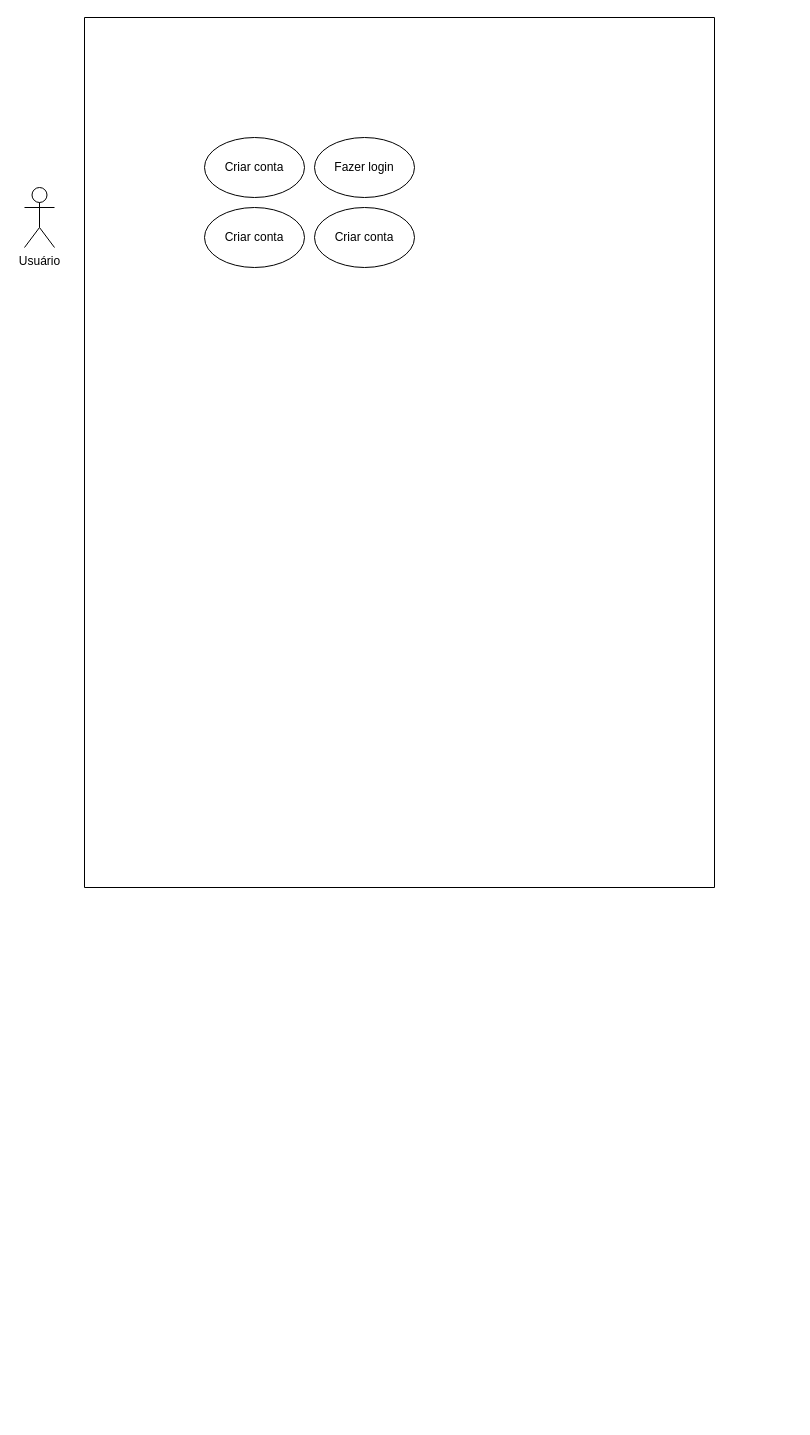
This is Diagrama de casos de uso (Projeto Integrador).drawio from IsqDantas/diagramas-projeto-integrador, a draw.io file, before an edit. Source tidied: cells renumbered, new cells numbered last; positions are measured from the earlier drawing's top-left corner, leaving out a move shared by most shapes. Both pictures are drawn from the tidied source at 100%, with x=0, y=0 at pixel (24, 17).
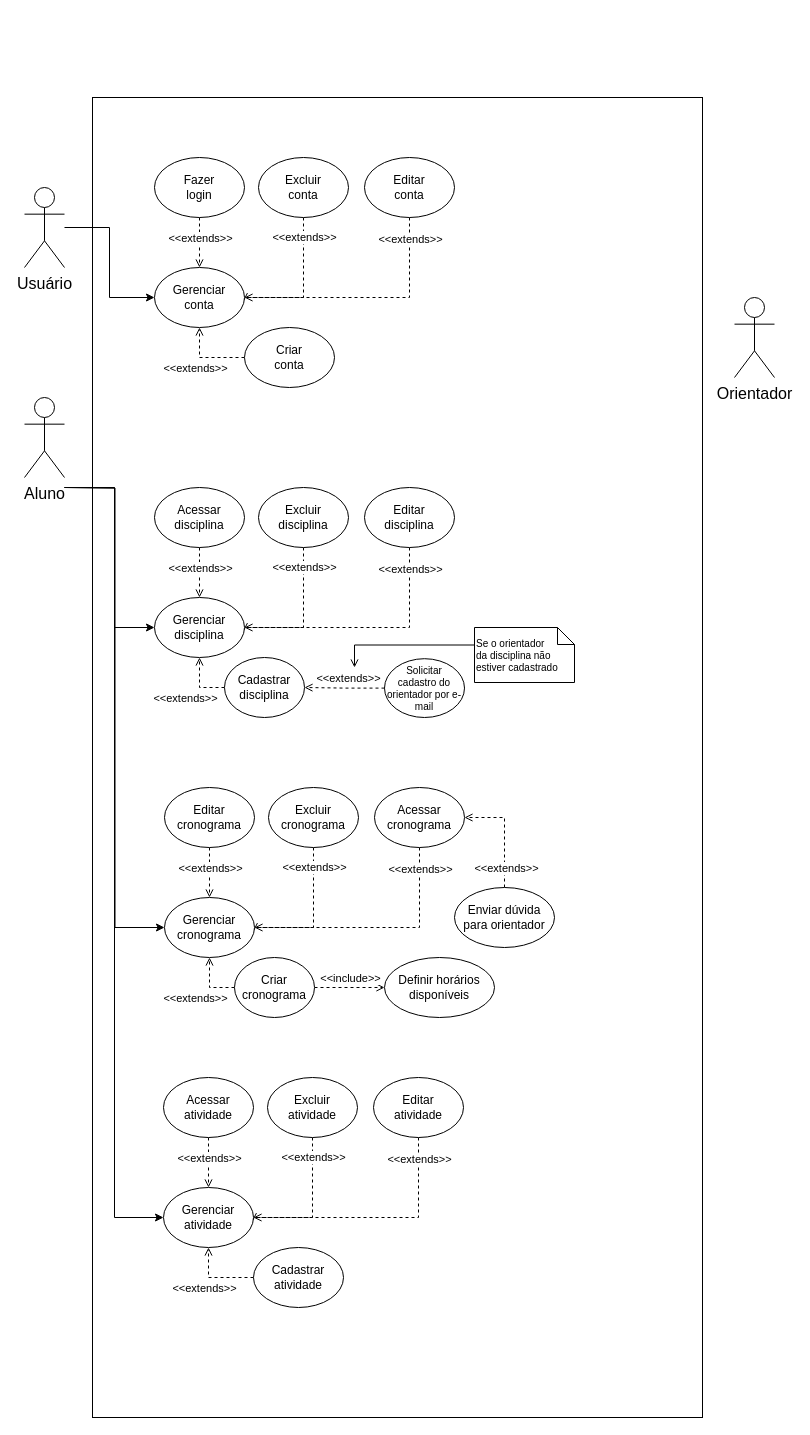
Above is the later version.

Commit message:
Adição de "cronograma" e "atividade"

Diff of the diagram source:
```diff
@@
+    <mxCell id="8" style="rounded=0;whiteSpace=wrap;html=1;fillColor=none;" parent="1" vertex="1">
+      <mxGeometry x="68" y="80" width="610" height="1320" as="geometry" />
+    </mxCell>
+    <mxCell id="9" style="edgeStyle=orthogonalEdgeStyle;rounded=0;jettySize=auto;html=1;entryX=0;entryY=0.5;entryDx=0;entryDy=0;" parent="1" edge="1" source="2" target="18">
+      <mxGeometry relative="1" as="geometry" />
+    </mxCell>
-    <mxCell id="2" value="Usuário" style="shape=umlActor;verticalLabelPosition=bottom;verticalAlign=top;html=1;outlineConnect=0;strokeWidth=1;" parent="1" vertex="1">
-      <mxGeometry y="170" width="30" height="60" as="geometry" />
+    <mxCell id="2" value="&lt;font style=&quot;font-size: 16px;&quot;&gt;Usuário&lt;/font&gt;" style="shape=umlActor;verticalLabelPosition=bottom;verticalAlign=top;html=1;outlineConnect=0;strokeWidth=1;" parent="1" vertex="1">
+      <mxGeometry y="170" width="40" height="80" as="geometry" />
     </mxCell>
-    <mxCell id="3" style="swimlane;startSize=0;" parent="1" vertex="1">
-      <mxGeometry x="60" width="630" height="870" as="geometry" />
-    </mxCell>
+    <mxCell id="10" style="edgeStyle=orthogonalEdgeStyle;rounded=0;jettySize=auto;html=1;entryX=0.5;entryY=1;entryDx=0;entryDy=0;endArrow=open;endFill=0;dashed=1;exitX=0;exitY=0.5;exitDx=0;exitDy=0;" parent="1" edge="1" source="4" target="18">
+      <mxGeometry relative="1" as="geometry" />
+    </mxCell>
+    <mxCell id="11" value="&amp;lt;&amp;lt;extends&amp;gt;&amp;gt;" style="edgeLabel;html=1;align=center;verticalAlign=middle;" parent="10" vertex="1">
+      <mxGeometry x="-0.18" y="-1" relative="1" as="geometry">
+        <mxPoint x="-19" y="11" as="offset" />
+      </mxGeometry>
+    </mxCell>
-    <mxCell id="4" value="Criar conta" style="ellipse;whiteSpace=wrap;html=1;" parent="3" vertex="1">
-      <mxGeometry x="120" y="120" width="100" height="60" as="geometry" />
+    <mxCell id="4" value="&lt;div&gt;Criar&lt;/div&gt;&lt;div&gt;conta&lt;/div&gt;" style="ellipse;whiteSpace=wrap;html=1;" parent="1" vertex="1">
+      <mxGeometry x="220" y="310" width="90" height="60" as="geometry" />
     </mxCell>
+    <mxCell id="12" style="edgeStyle=orthogonalEdgeStyle;rounded=0;jettySize=auto;html=1;entryX=1;entryY=0.5;entryDx=0;entryDy=0;exitX=0.5;exitY=1;exitDx=0;exitDy=0;endArrow=open;endFill=0;dashed=1;jumpStyle=line;" parent="1" edge="1" source="5" target="18">
+      <mxGeometry relative="1" as="geometry">
+        <Array as="points">
+          <mxPoint x="279" y="280" />
+        </Array>
+      </mxGeometry>
+    </mxCell>
+    <mxCell id="13" value="&amp;lt;&amp;lt;extends&amp;gt;&amp;gt;" style="edgeLabel;html=1;align=center;verticalAlign=middle;" parent="12" vertex="1">
+      <mxGeometry x="-0.52" relative="1" as="geometry">
+        <mxPoint y="-14" as="offset" />
+      </mxGeometry>
+    </mxCell>
-    <mxCell id="5" value="Criar conta" style="ellipse;whiteSpace=wrap;html=1;" parent="3" vertex="1">
-      <mxGeometry x="230" y="190" width="100" height="60" as="geometry" />
+    <mxCell id="5" value="&lt;div&gt;Excluir&lt;/div&gt;&lt;div&gt;conta&lt;/div&gt;" style="ellipse;whiteSpace=wrap;html=1;" parent="1" vertex="1">
+      <mxGeometry x="234" y="140" width="90" height="60" as="geometry" />
     </mxCell>
+    <mxCell id="14" style="edgeStyle=orthogonalEdgeStyle;rounded=0;jettySize=auto;html=1;entryX=0.993;entryY=0.561;entryDx=0;entryDy=0;entryPerimeter=0;endArrow=open;endFill=0;dashed=1;" parent="1" edge="1" source="6" target="18">
+      <mxGeometry relative="1" as="geometry">
+        <Array as="points">
+          <mxPoint x="385" y="280" />
+          <mxPoint x="219" y="280" />
+        </Array>
+      </mxGeometry>
+    </mxCell>
+    <mxCell id="15" value="&amp;lt;&amp;lt;extends&amp;gt;&amp;gt;" style="edgeLabel;html=1;align=center;verticalAlign=middle;" parent="14" vertex="1">
+      <mxGeometry x="-0.72" relative="1" as="geometry">
+        <mxPoint y="-14" as="offset" />
+      </mxGeometry>
+    </mxCell>
-    <mxCell id="6" value="Criar conta" style="ellipse;whiteSpace=wrap;html=1;" parent="3" vertex="1">
-      <mxGeometry x="120" y="190" width="100" height="60" as="geometry" />
+    <mxCell id="6" value="&lt;div&gt;Editar&lt;/div&gt;&lt;div&gt;conta&lt;/div&gt;" style="ellipse;whiteSpace=wrap;html=1;" parent="1" vertex="1">
+      <mxGeometry x="340" y="140" width="90" height="60" as="geometry" />
     </mxCell>
+    <mxCell id="16" style="edgeStyle=orthogonalEdgeStyle;rounded=0;jettySize=auto;html=1;dashed=1;endArrow=open;endFill=0;" parent="1" edge="1" source="7" target="18">
+      <mxGeometry relative="1" as="geometry" />
+    </mxCell>
+    <mxCell id="17" value="&amp;lt;&amp;lt;extends&amp;gt;&amp;gt;" style="edgeLabel;html=1;align=center;verticalAlign=middle;" parent="16" vertex="1">
+      <mxGeometry x="-0.37" y="1" relative="1" as="geometry">
+        <mxPoint x="-1" y="4" as="offset" />
+      </mxGeometry>
+    </mxCell>
-    <mxCell id="7" value="Fazer login" style="ellipse;whiteSpace=wrap;html=1;" parent="3" vertex="1">
-      <mxGeometry x="230" y="120" width="100" height="60" as="geometry" />
+    <mxCell id="7" value="&lt;div&gt;Fazer&lt;/div&gt;&lt;div&gt;login&lt;/div&gt;" style="ellipse;whiteSpace=wrap;html=1;" parent="1" vertex="1">
+      <mxGeometry x="130" y="140" width="90" height="60" as="geometry" />
     </mxCell>
+    <mxCell id="18" value="&lt;div&gt;Gerenciar&lt;/div&gt;&lt;div&gt;conta&lt;/div&gt;" style="ellipse;whiteSpace=wrap;html=1;" parent="1" vertex="1">
+      <mxGeometry x="130" y="250" width="90" height="60" as="geometry" />
+    </mxCell>
+    <mxCell id="19" style="edgeStyle=orthogonalEdgeStyle;rounded=0;jettySize=auto;html=1;entryX=0.5;entryY=1;entryDx=0;entryDy=0;endArrow=open;endFill=0;dashed=1;" parent="1" edge="1" source="21" target="31">
+      <mxGeometry relative="1" as="geometry">
+        <Array as="points">
+          <mxPoint x="175" y="670" />
+        </Array>
+      </mxGeometry>
+    </mxCell>
+    <mxCell id="20" value="&amp;lt;&amp;lt;extends&amp;gt;&amp;gt;" style="edgeLabel;html=1;align=center;verticalAlign=middle;" parent="19" vertex="1">
+      <mxGeometry x="-0.18" y="-1" relative="1" as="geometry">
+        <mxPoint x="-17" y="11" as="offset" />
+      </mxGeometry>
+    </mxCell>
+    <mxCell id="21" value="&lt;div&gt;Cadastrar&lt;/div&gt;&lt;div&gt;disciplina&lt;/div&gt;" style="ellipse;whiteSpace=wrap;html=1;" parent="1" vertex="1">
+      <mxGeometry x="200" y="640" width="80" height="60" as="geometry" />
+    </mxCell>
+    <mxCell id="22" style="edgeStyle=orthogonalEdgeStyle;rounded=0;jettySize=auto;html=1;entryX=1;entryY=0.5;entryDx=0;entryDy=0;exitX=0.5;exitY=1;exitDx=0;exitDy=0;endArrow=open;endFill=0;dashed=1;jumpStyle=line;" parent="1" edge="1" source="24" target="31">
+      <mxGeometry relative="1" as="geometry">
+        <Array as="points">
+          <mxPoint x="279" y="610" />
+        </Array>
+      </mxGeometry>
+    </mxCell>
+    <mxCell id="23" value="&amp;lt;&amp;lt;extends&amp;gt;&amp;gt;" style="edgeLabel;html=1;align=center;verticalAlign=middle;" parent="22" vertex="1">
+      <mxGeometry x="-0.52" relative="1" as="geometry">
+        <mxPoint y="-14" as="offset" />
+      </mxGeometry>
+    </mxCell>
+    <mxCell id="24" value="&lt;div&gt;Excluir&lt;/div&gt;&lt;div&gt;disciplina&lt;/div&gt;" style="ellipse;whiteSpace=wrap;html=1;" parent="1" vertex="1">
+      <mxGeometry x="234" y="470" width="90" height="60" as="geometry" />
+    </mxCell>
+    <mxCell id="25" style="edgeStyle=orthogonalEdgeStyle;rounded=0;jettySize=auto;html=1;entryX=0.993;entryY=0.561;entryDx=0;entryDy=0;entryPerimeter=0;endArrow=open;endFill=0;dashed=1;" parent="1" edge="1" source="27" target="31">
+      <mxGeometry relative="1" as="geometry">
+        <Array as="points">
+          <mxPoint x="385" y="610" />
+          <mxPoint x="219" y="610" />
+        </Array>
+      </mxGeometry>
+    </mxCell>
+    <mxCell id="26" value="&amp;lt;&amp;lt;extends&amp;gt;&amp;gt;" style="edgeLabel;html=1;align=center;verticalAlign=middle;" parent="25" vertex="1">
+      <mxGeometry x="-0.72" relative="1" as="geometry">
+        <mxPoint y="-14" as="offset" />
+      </mxGeometry>
+    </mxCell>
+    <mxCell id="27" value="&lt;div&gt;Editar&lt;/div&gt;&lt;div&gt;disciplina&lt;/div&gt;" style="ellipse;whiteSpace=wrap;html=1;" parent="1" vertex="1">
+      <mxGeometry x="340" y="470" width="90" height="60" as="geometry" />
+    </mxCell>
+    <mxCell id="28" style="edgeStyle=orthogonalEdgeStyle;rounded=0;jettySize=auto;html=1;dashed=1;endArrow=open;endFill=0;" parent="1" edge="1" source="30" target="31">
+      <mxGeometry relative="1" as="geometry" />
+    </mxCell>
+    <mxCell id="29" value="&amp;lt;&amp;lt;extends&amp;gt;&amp;gt;" style="edgeLabel;html=1;align=center;verticalAlign=middle;" parent="28" vertex="1">
+      <mxGeometry x="-0.37" y="1" relative="1" as="geometry">
+        <mxPoint x="-1" y="4" as="offset" />
+      </mxGeometry>
+    </mxCell>
+    <mxCell id="30" value="Acessar disciplina" style="ellipse;whiteSpace=wrap;html=1;" parent="1" vertex="1">
+      <mxGeometry x="130" y="470" width="90" height="60" as="geometry" />
+    </mxCell>
+    <mxCell id="31" value="&lt;div&gt;Gerenciar&lt;/div&gt;&lt;div&gt;disciplina&lt;/div&gt;" style="ellipse;whiteSpace=wrap;html=1;" parent="1" vertex="1">
+      <mxGeometry x="130" y="580" width="90" height="60" as="geometry" />
+    </mxCell>
+    <mxCell id="32" style="edgeStyle=orthogonalEdgeStyle;rounded=0;jettySize=auto;html=1;entryX=0.5;entryY=1;entryDx=0;entryDy=0;endArrow=open;endFill=0;dashed=1;exitX=0;exitY=0.5;exitDx=0;exitDy=0;" parent="1" edge="1" source="36" target="46">
+      <mxGeometry relative="1" as="geometry" />
+    </mxCell>
+    <mxCell id="33" value="&amp;lt;&amp;lt;extends&amp;gt;&amp;gt;" style="edgeLabel;html=1;align=center;verticalAlign=middle;" parent="32" vertex="1">
+      <mxGeometry x="-0.18" y="-1" relative="1" as="geometry">
+        <mxPoint x="-17" y="11" as="offset" />
+      </mxGeometry>
+    </mxCell>
+    <mxCell id="34" style="edgeStyle=orthogonalEdgeStyle;rounded=0;jettySize=auto;html=1;dashed=1;endArrow=open;endFill=0;" parent="1" edge="1" source="36" target="55">
+      <mxGeometry relative="1" as="geometry" />
+    </mxCell>
+    <mxCell id="35" value="&lt;div&gt;&amp;lt;&amp;lt;include&amp;gt;&amp;gt;&lt;/div&gt;" style="edgeLabel;html=1;align=center;verticalAlign=middle;" parent="34" vertex="1">
+      <mxGeometry x="0.7" y="-1" relative="1" as="geometry">
+        <mxPoint x="-25" y="-11" as="offset" />
+      </mxGeometry>
+    </mxCell>
+    <mxCell id="36" value="&lt;div&gt;Criar&lt;/div&gt;&lt;div&gt;cronograma&lt;/div&gt;" style="ellipse;whiteSpace=wrap;html=1;" parent="1" vertex="1">
+      <mxGeometry x="210" y="940" width="80" height="60" as="geometry" />
+    </mxCell>
+    <mxCell id="37" style="edgeStyle=orthogonalEdgeStyle;rounded=0;jettySize=auto;html=1;entryX=1;entryY=0.5;entryDx=0;entryDy=0;exitX=0.5;exitY=1;exitDx=0;exitDy=0;endArrow=open;endFill=0;dashed=1;jumpStyle=line;" parent="1" edge="1" source="39" target="46">
+      <mxGeometry relative="1" as="geometry">
+        <Array as="points">
+          <mxPoint x="289" y="910" />
+        </Array>
+      </mxGeometry>
+    </mxCell>
+    <mxCell id="38" value="&amp;lt;&amp;lt;extends&amp;gt;&amp;gt;" style="edgeLabel;html=1;align=center;verticalAlign=middle;" parent="37" vertex="1">
+      <mxGeometry x="-0.52" relative="1" as="geometry">
+        <mxPoint y="-14" as="offset" />
+      </mxGeometry>
+    </mxCell>
+    <mxCell id="39" value="&lt;div&gt;Excluir&lt;/div&gt;&lt;div&gt;cronograma&lt;/div&gt;" style="ellipse;whiteSpace=wrap;html=1;" parent="1" vertex="1">
+      <mxGeometry x="244" y="770" width="90" height="60" as="geometry" />
+    </mxCell>
+    <mxCell id="40" style="edgeStyle=orthogonalEdgeStyle;rounded=0;jettySize=auto;html=1;entryX=0.993;entryY=0.561;entryDx=0;entryDy=0;entryPerimeter=0;endArrow=open;endFill=0;dashed=1;" parent="1" edge="1" source="42" target="46">
+      <mxGeometry relative="1" as="geometry">
+        <Array as="points">
+          <mxPoint x="395" y="910" />
+          <mxPoint x="229" y="910" />
+        </Array>
+      </mxGeometry>
+    </mxCell>
+    <mxCell id="41" value="&amp;lt;&amp;lt;extends&amp;gt;&amp;gt;" style="edgeLabel;html=1;align=center;verticalAlign=middle;" parent="40" vertex="1">
+      <mxGeometry x="-0.72" relative="1" as="geometry">
+        <mxPoint y="-14" as="offset" />
+      </mxGeometry>
+    </mxCell>
+    <mxCell id="42" value="&lt;div&gt;Acessar&lt;/div&gt;&lt;div&gt;cronograma&lt;/div&gt;" style="ellipse;whiteSpace=wrap;html=1;" parent="1" vertex="1">
+      <mxGeometry x="350" y="770" width="90" height="60" as="geometry" />
+    </mxCell>
+    <mxCell id="43" style="edgeStyle=orthogonalEdgeStyle;rounded=0;jettySize=auto;html=1;dashed=1;endArrow=open;endFill=0;" parent="1" edge="1" source="45" target="46">
+      <mxGeometry relative="1" as="geometry" />
+    </mxCell>
+    <mxCell id="44" value="&amp;lt;&amp;lt;extends&amp;gt;&amp;gt;" style="edgeLabel;html=1;align=center;verticalAlign=middle;" parent="43" vertex="1">
+      <mxGeometry x="-0.37" y="1" relative="1" as="geometry">
+        <mxPoint x="-1" y="4" as="offset" />
+      </mxGeometry>
+    </mxCell>
+    <mxCell id="45" value="&lt;div&gt;Editar&lt;/div&gt;&lt;div&gt;cronograma&lt;/div&gt;" style="ellipse;whiteSpace=wrap;html=1;" parent="1" vertex="1">
+      <mxGeometry x="140" y="770" width="90" height="60" as="geometry" />
+    </mxCell>
+    <mxCell id="46" value="&lt;div&gt;Gerenciar&lt;/div&gt;&lt;div&gt;cronograma&lt;/div&gt;" style="ellipse;whiteSpace=wrap;html=1;" parent="1" vertex="1">
+      <mxGeometry x="140" y="880" width="90" height="60" as="geometry" />
+    </mxCell>
+    <mxCell id="47" style="edgeStyle=orthogonalEdgeStyle;rounded=0;jettySize=auto;html=1;endArrow=open;endFill=0;dashed=1;" parent="1" edge="1" source="49" target="21">
+      <mxGeometry relative="1" as="geometry" />
+    </mxCell>
+    <mxCell id="48" value="&amp;lt;&amp;lt;extends&amp;gt;&amp;gt;" style="edgeLabel;html=1;align=center;verticalAlign=middle;" parent="47" vertex="1">
+      <mxGeometry x="-0.11" relative="1" as="geometry">
+        <mxPoint x="-1" y="-10" as="offset" />
+      </mxGeometry>
+    </mxCell>
+    <mxCell id="49" value="&lt;div&gt;Solicitar&lt;/div&gt;&lt;div&gt;cadastro do orientador por e-mail&lt;/div&gt;" style="ellipse;whiteSpace=wrap;html=1;fontSize=10;" parent="1" vertex="1">
+      <mxGeometry x="360" y="641.2" width="80" height="58.8" as="geometry" />
+    </mxCell>
+    <mxCell id="50" style="edgeStyle=orthogonalEdgeStyle;rounded=0;orthogonalLoop=1;jettySize=auto;html=1;exitX=0;exitY=0.5;exitDx=0;exitDy=0;exitPerimeter=0;endArrow=open;endFill=0;" parent="1" edge="1">
+      <mxGeometry relative="1" as="geometry">
+        <mxPoint x="450" y="627.5" as="sourcePoint" />
+        <mxPoint x="330" y="650" as="targetPoint" />
+        <Array as="points">
+          <mxPoint x="330" y="627" />
+        </Array>
+      </mxGeometry>
+    </mxCell>
+    <mxCell id="51" value="&lt;div style=&quot;font-size: 10px;&quot; align=&quot;left&quot;&gt;&lt;font style=&quot;font-size: 10px;&quot;&gt;Se o orientador&lt;/font&gt;&lt;/div&gt;&lt;div style=&quot;font-size: 10px;&quot; align=&quot;left&quot;&gt;&lt;font style=&quot;font-size: 10px;&quot;&gt;da disciplina não estiver cadastrado&lt;/font&gt;&lt;/div&gt;" style="shape=note;size=17;whiteSpace=wrap;html=1;align=left;" parent="1" vertex="1">
+      <mxGeometry x="450" y="610" width="100" height="55" as="geometry" />
+    </mxCell>
+    <mxCell id="52" style="edgeStyle=orthogonalEdgeStyle;rounded=0;jettySize=auto;html=1;entryX=1;entryY=0.5;entryDx=0;entryDy=0;dashed=1;endArrow=open;endFill=0;" parent="1" edge="1" source="54" target="42">
+      <mxGeometry relative="1" as="geometry" />
+    </mxCell>
+    <mxCell id="53" value="&amp;lt;&amp;lt;extends&amp;gt;&amp;gt;" style="edgeLabel;html=1;align=center;verticalAlign=middle;" parent="52" vertex="1">
+      <mxGeometry x="-0.64" y="-1" relative="1" as="geometry" />
+    </mxCell>
+    <mxCell id="54" value="&lt;div&gt;Enviar dúvida&lt;/div&gt;&lt;div&gt;para orientador&lt;/div&gt;" style="ellipse;whiteSpace=wrap;html=1;" parent="1" vertex="1">
+      <mxGeometry x="430" y="870" width="100" height="60" as="geometry" />
+    </mxCell>
+    <mxCell id="55" value="Definir horários disponíveis" style="ellipse;whiteSpace=wrap;html=1;" parent="1" vertex="1">
+      <mxGeometry x="360" y="940" width="110" height="60" as="geometry" />
+    </mxCell>
+    <mxCell id="56" style="edgeStyle=orthogonalEdgeStyle;rounded=0;jettySize=auto;html=1;entryX=0.5;entryY=1;entryDx=0;entryDy=0;endArrow=open;endFill=0;dashed=1;exitX=0;exitY=0.5;exitDx=0;exitDy=0;" parent="1" edge="1" source="58" target="68">
+      <mxGeometry relative="1" as="geometry" />
+    </mxCell>
+    <mxCell id="57" value="&amp;lt;&amp;lt;extends&amp;gt;&amp;gt;" style="edgeLabel;html=1;align=center;verticalAlign=middle;" parent="56" vertex="1">
+      <mxGeometry x="-0.18" y="-1" relative="1" as="geometry">
+        <mxPoint x="-19" y="11" as="offset" />
+      </mxGeometry>
+    </mxCell>
+    <mxCell id="58" value="&lt;div&gt;Cadastrar&lt;/div&gt;&lt;div&gt;atividade&lt;/div&gt;" style="ellipse;whiteSpace=wrap;html=1;" parent="1" vertex="1">
+      <mxGeometry x="229" y="1230" width="90" height="60" as="geometry" />
+    </mxCell>
+    <mxCell id="59" style="edgeStyle=orthogonalEdgeStyle;rounded=0;jettySize=auto;html=1;entryX=1;entryY=0.5;entryDx=0;entryDy=0;exitX=0.5;exitY=1;exitDx=0;exitDy=0;endArrow=open;endFill=0;dashed=1;jumpStyle=line;" parent="1" edge="1" source="61" target="68">
+      <mxGeometry relative="1" as="geometry">
+        <Array as="points">
+          <mxPoint x="288" y="1200" />
+        </Array>
+      </mxGeometry>
+    </mxCell>
+    <mxCell id="60" value="&amp;lt;&amp;lt;extends&amp;gt;&amp;gt;" style="edgeLabel;html=1;align=center;verticalAlign=middle;" parent="59" vertex="1">
+      <mxGeometry x="-0.52" relative="1" as="geometry">
+        <mxPoint y="-14" as="offset" />
+      </mxGeometry>
+    </mxCell>
+    <mxCell id="61" value="&lt;div&gt;Excluir&lt;/div&gt;&lt;div&gt;atividade&lt;/div&gt;" style="ellipse;whiteSpace=wrap;html=1;" parent="1" vertex="1">
+      <mxGeometry x="243" y="1060" width="90" height="60" as="geometry" />
+    </mxCell>
+    <mxCell id="62" style="edgeStyle=orthogonalEdgeStyle;rounded=0;jettySize=auto;html=1;entryX=0.993;entryY=0.561;entryDx=0;entryDy=0;entryPerimeter=0;endArrow=open;endFill=0;dashed=1;" parent="1" edge="1" source="64" target="68">
+      <mxGeometry relative="1" as="geometry">
+        <Array as="points">
+          <mxPoint x="394" y="1200" />
+          <mxPoint x="228" y="1200" />
+        </Array>
+      </mxGeometry>
+    </mxCell>
+    <mxCell id="63" value="&amp;lt;&amp;lt;extends&amp;gt;&amp;gt;" style="edgeLabel;html=1;align=center;verticalAlign=middle;" parent="62" vertex="1">
+      <mxGeometry x="-0.72" relative="1" as="geometry">
+        <mxPoint y="-14" as="offset" />
+      </mxGeometry>
+    </mxCell>
+    <mxCell id="64" value="&lt;div&gt;Editar&lt;/div&gt;&lt;div&gt;atividade&lt;/div&gt;" style="ellipse;whiteSpace=wrap;html=1;" parent="1" vertex="1">
+      <mxGeometry x="349" y="1060" width="90" height="60" as="geometry" />
+    </mxCell>
+    <mxCell id="65" style="edgeStyle=orthogonalEdgeStyle;rounded=0;jettySize=auto;html=1;dashed=1;endArrow=open;endFill=0;" parent="1" edge="1" source="67" target="68">
+      <mxGeometry relative="1" as="geometry" />
+    </mxCell>
+    <mxCell id="66" value="&amp;lt;&amp;lt;extends&amp;gt;&amp;gt;" style="edgeLabel;html=1;align=center;verticalAlign=middle;" parent="65" vertex="1">
+      <mxGeometry x="-0.37" y="1" relative="1" as="geometry">
+        <mxPoint x="-1" y="4" as="offset" />
+      </mxGeometry>
+    </mxCell>
+    <mxCell id="67" value="Acessar atividade" style="ellipse;whiteSpace=wrap;html=1;" parent="1" vertex="1">
+      <mxGeometry x="139" y="1060" width="90" height="60" as="geometry" />
+    </mxCell>
+    <mxCell id="68" value="&lt;div&gt;Gerenciar&lt;/div&gt;&lt;div&gt;atividade&lt;/div&gt;" style="ellipse;whiteSpace=wrap;html=1;" parent="1" vertex="1">
+      <mxGeometry x="139" y="1170" width="90" height="60" as="geometry" />
+    </mxCell>
+    <mxCell id="69" style="edgeStyle=orthogonalEdgeStyle;rounded=0;jettySize=auto;html=1;entryX=0;entryY=0.5;entryDx=0;entryDy=0;" parent="1" edge="1" target="31">
+      <mxGeometry relative="1" as="geometry">
+        <mxPoint x="40" y="470" as="sourcePoint" />
+        <Array as="points">
+          <mxPoint x="90" y="470" />
+          <mxPoint x="90" y="610" />
+        </Array>
+      </mxGeometry>
+    </mxCell>
+    <mxCell id="70" style="edgeStyle=orthogonalEdgeStyle;rounded=0;jettySize=auto;html=1;entryX=0;entryY=0.5;entryDx=0;entryDy=0;" parent="1" edge="1" target="46">
+      <mxGeometry relative="1" as="geometry">
+        <mxPoint x="40" y="470" as="sourcePoint" />
+      </mxGeometry>
+    </mxCell>
+    <mxCell id="71" style="edgeStyle=orthogonalEdgeStyle;rounded=0;jettySize=auto;html=1;entryX=0;entryY=0.5;entryDx=0;entryDy=0;" parent="1" edge="1" target="68">
+      <mxGeometry relative="1" as="geometry">
+        <mxPoint x="40" y="470" as="sourcePoint" />
+      </mxGeometry>
+    </mxCell>
+    <mxCell id="72" value="&lt;font style=&quot;font-size: 16px;&quot;&gt;Aluno&lt;/font&gt;" style="shape=umlActor;verticalLabelPosition=bottom;verticalAlign=top;html=1;strokeWidth=1;" parent="1" vertex="1">
+      <mxGeometry y="380" width="40" height="80" as="geometry" />
+    </mxCell>
+    <mxCell id="73" value="&lt;font style=&quot;font-size: 16px;&quot;&gt;Orientador&lt;/font&gt;" style="shape=umlActor;verticalLabelPosition=bottom;verticalAlign=top;html=1;strokeWidth=1;" parent="1" vertex="1">
+      <mxGeometry x="710" y="280" width="40" height="80" as="geometry" />
+    </mxCell>
```
